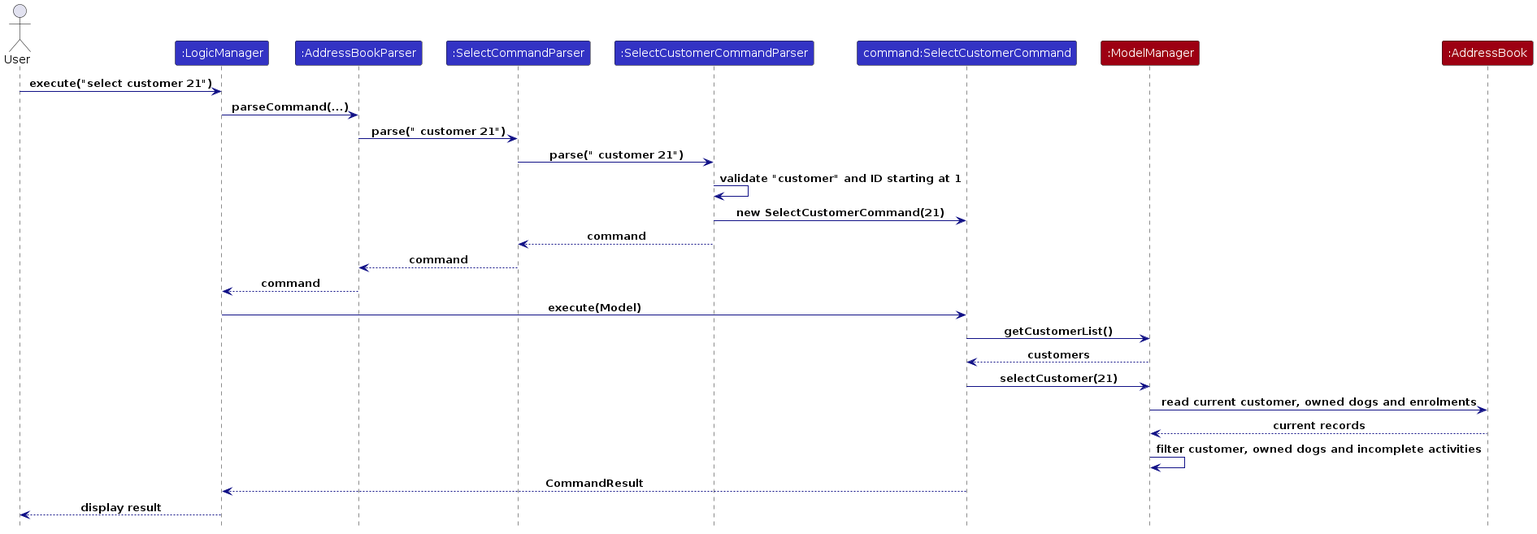
This is diagrams/SelectCustomerSequenceDiagram.png from AY2627S1-CS2103T-T15-4/tp, a PlantUML export, as it was before one commit. Its source is kept beside it as diagrams/SelectCustomerSequenceDiagram.puml.
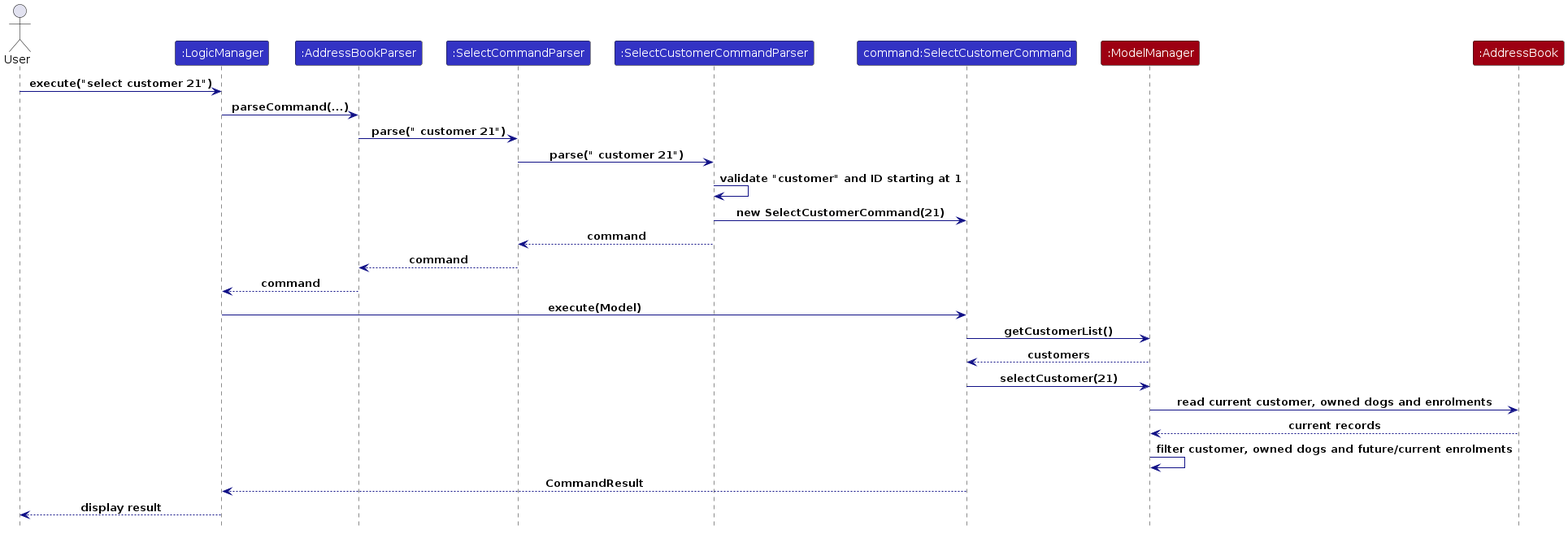
After the commit.

The edit, as a diff of the source:
```diff
@@ -26,7 +26,7 @@
 Command -> Model : selectCustomer(21)
 Model -> Book : read current customer, owned dogs and enrolments
 Book --> Model : current records
-Model -> Model : filter customer, owned dogs and incomplete activities
+Model -> Model : filter customer, owned dogs and future/current enrolments
 Command --> Logic : CommandResult
 Logic --> User : display result
 @enduml
```
